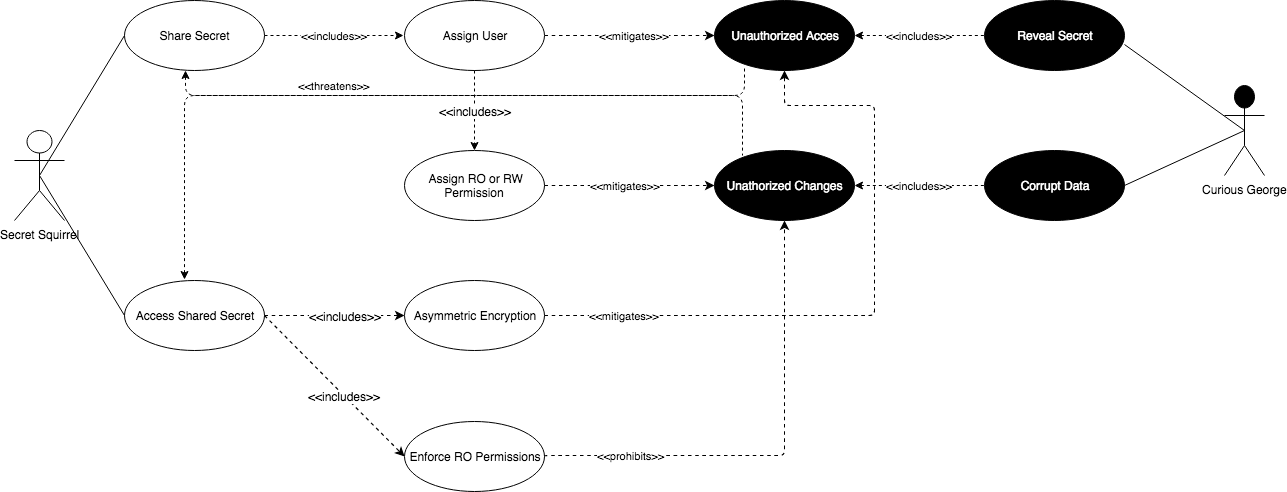
Earlier version of the draw.io export Images/Use Cases-Sharing.png (sdfrench/CYBR8420-GotRoot). Source tidied: cells renumbered, new cells last; positions are measured from the earlier drawing's top-left corner, leaving out a move shared by most shapes.
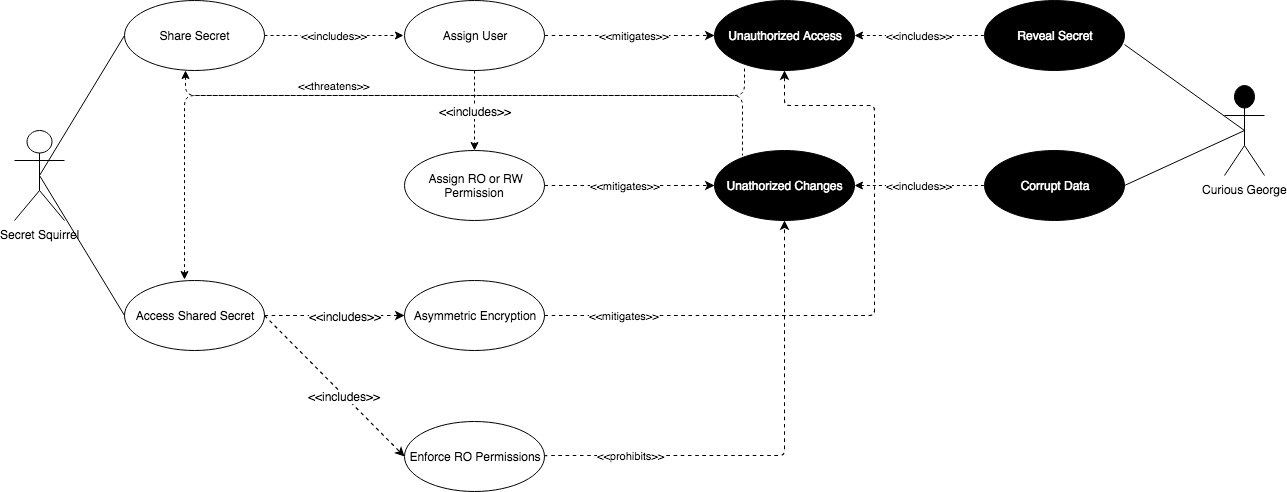
After the commit.

Change to the diagram source:
```diff
@@ -45,7 +45,7 @@
     <mxCell id="14" value="Enforce RO Permissions " style="ellipse;whiteSpace=wrap;html=1;" parent="1" vertex="1">
       <mxGeometry x="390" y="421" width="140" height="70" as="geometry" />
     </mxCell>
-    <mxCell id="15" value="Unauthorized Acces" style="ellipse;whiteSpace=wrap;html=1;fillColor=#000000;fontColor=#FFFFFF;" parent="1" vertex="1">
+    <mxCell id="15" value="Unauthorized Access" style="ellipse;whiteSpace=wrap;html=1;fillColor=#000000;fontColor=#FFFFFF;" parent="1" vertex="1">
       <mxGeometry x="700" width="140" height="70" as="geometry" />
     </mxCell>
     <mxCell id="16" value="Reveal Secret" style="ellipse;whiteSpace=wrap;html=1;fillColor=#000000;fontColor=#FFFFFF;" parent="1" vertex="1">
```
